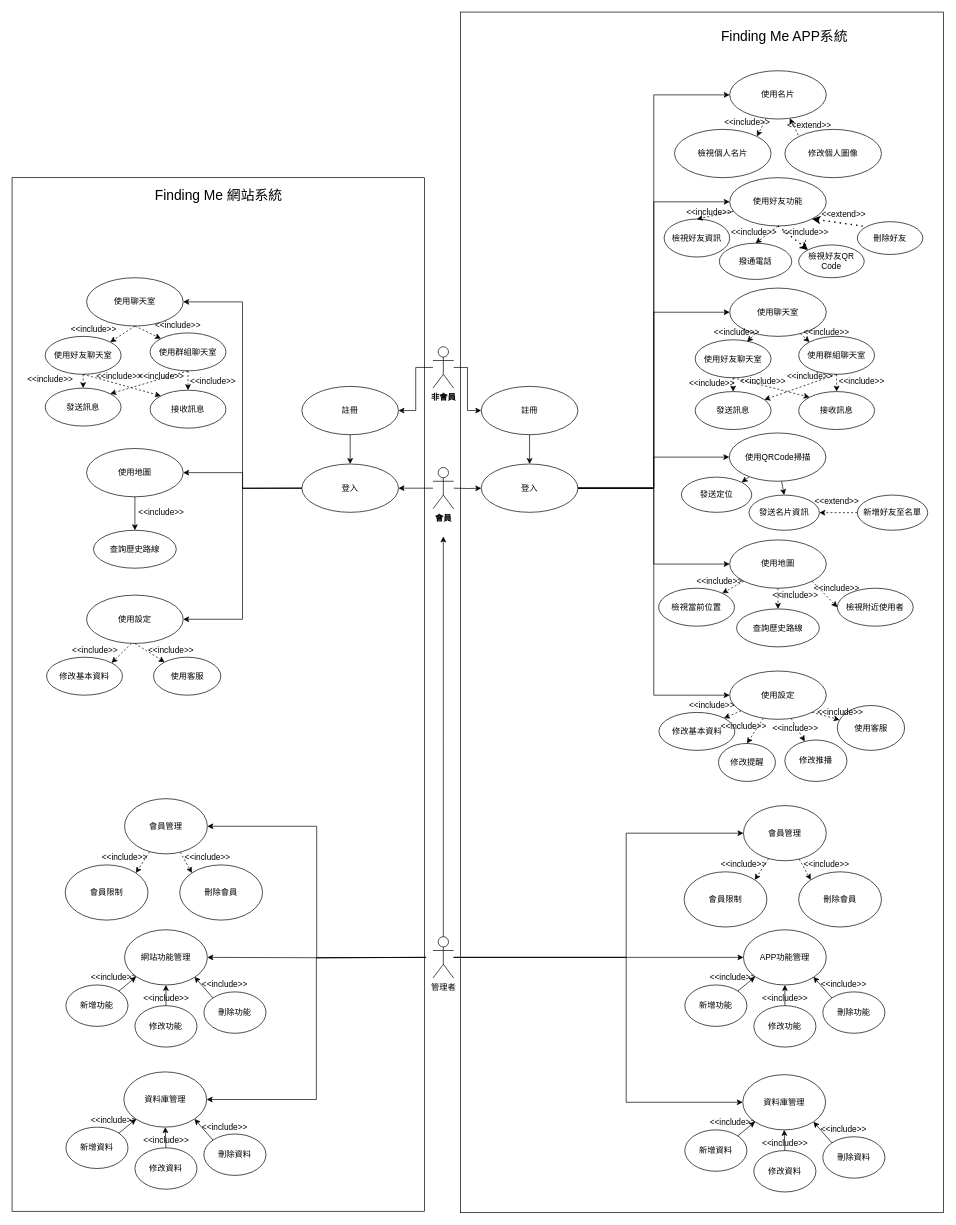
Before: page "使用個案圖" (1 of 2) of Untitled Diagram.drawio in may900620/codepanimg, a draw.io diagram. Source tidied: cells renumbered, new cells numbered last; positions are measured from the earlier drawing's top-left corner, leaving out a move shared by most shapes. Both pictures are drawn from the tidied source at 69%, with x=0, y=0 at pixel (12, 12).
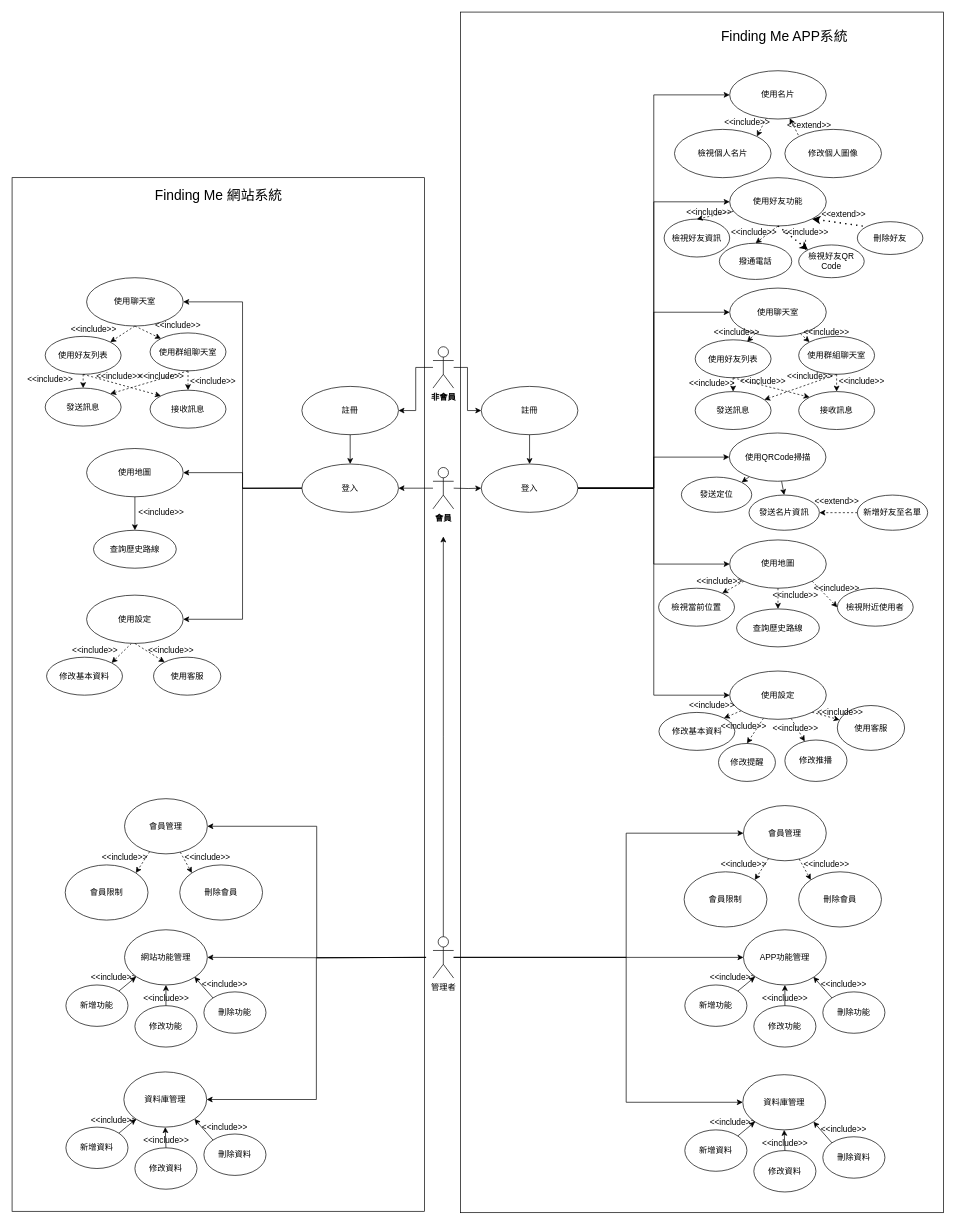
After the change.

Unchanged cells that the change refers to:
```xml
<mxCell id="111" style="group;" parent="1" vertex="1">
  <mxGeometry x="15" y="385" width="295" height="218" as="geometry" />
</mxCell>
```

Diff of the diagram source:
```diff
@@
-    <mxCell id="67" value="使用好友聊天室" style="ellipse;whiteSpace=wrap;html=1;fillColor=default;strokeColor=default;fontColor=default;" parent="1" vertex="1">
+    <mxCell id="67" value="使用好友列表" style="ellipse;whiteSpace=wrap;html=1;fillColor=default;strokeColor=default;fontColor=default;" parent="1" vertex="1">
       <mxGeometry x="990" y="475" width="110" height="55" as="geometry" />
     </mxCell>
@@
-    <mxCell id="113" value="使用好友聊天室" style="ellipse;whiteSpace=wrap;html=1;fillColor=default;strokeColor=default;fontColor=default;" parent="111" vertex="1">
+    <mxCell id="113" value="使用好友列表" style="ellipse;whiteSpace=wrap;html=1;fillColor=default;strokeColor=default;fontColor=default;" parent="111" vertex="1">
       <mxGeometry x="33" y="85" width="110" height="55" as="geometry" />
     </mxCell>
```
